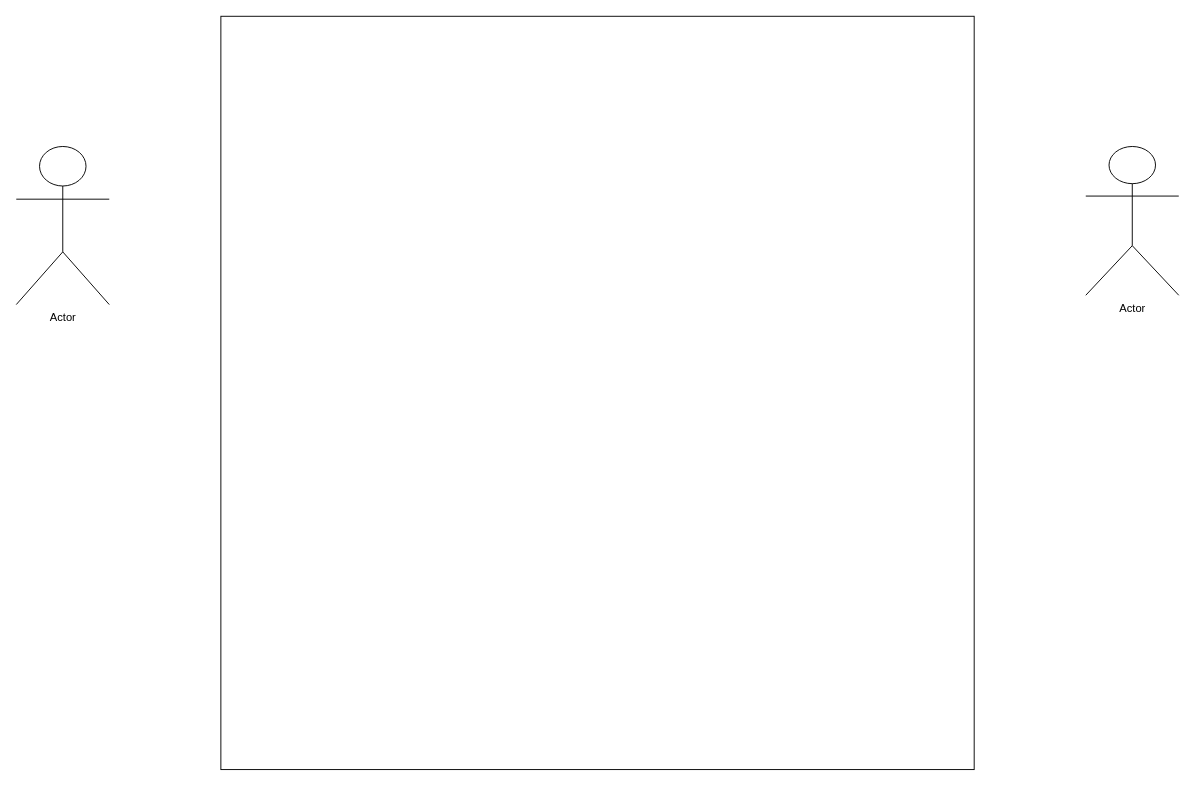
Earlier version of the draw.io diagram Untitled Diagram.drawio (karemehab1/SA). Source tidied: cells renumbered, new cells numbered last; positions are measured from the earlier drawing's top-left corner, leaving out a move shared by most shapes. Both pictures are drawn from the tidied source at 93%, with x=0, y=0 at pixel (16, 16).
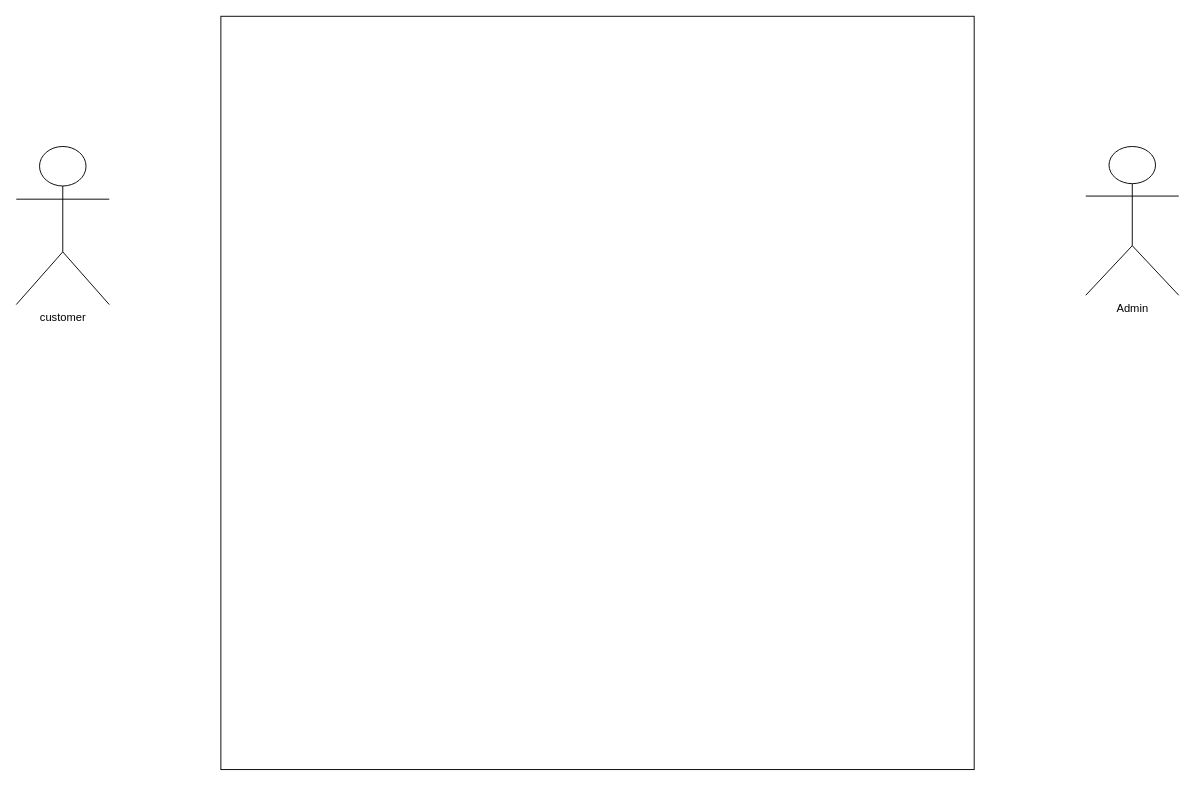
The same diagram, later.

Change to the diagram source:
```diff
@@
 <mxGraphModel>
   <root>
     <mxCell id="0" />
     <mxCell id="1" parent="0" />
     <mxCell id="2" style="whiteSpace=wrap;html=1;" parent="1" vertex="1">
       <mxGeometry x="220" width="810" height="810" as="geometry" />
     </mxCell>
-    <mxCell id="3" value="Actor" style="shape=umlActor;verticalLabelPosition=bottom;verticalAlign=top;html=1;" parent="1" vertex="1">
+    <mxCell id="3" value="customer" style="shape=umlActor;verticalLabelPosition=bottom;verticalAlign=top;html=1;" parent="1" vertex="1">
       <mxGeometry y="140" width="100" height="170" as="geometry" />
     </mxCell>
-    <mxCell id="4" value="Actor" style="shape=umlActor;verticalLabelPosition=bottom;verticalAlign=top;html=1;strokeColor=default;align=center;fontFamily=Helvetica;fontSize=12;fontColor=default;fillColor=default;" parent="1" vertex="1">
+    <mxCell id="4" value="Admin" style="shape=umlActor;verticalLabelPosition=bottom;verticalAlign=top;html=1;strokeColor=default;align=center;fontFamily=Helvetica;fontSize=12;fontColor=default;fillColor=default;" parent="1" vertex="1">
       <mxGeometry x="1150" y="140" width="100" height="160" as="geometry" />
     </mxCell>
   </root>
 </mxGraphModel>
```
